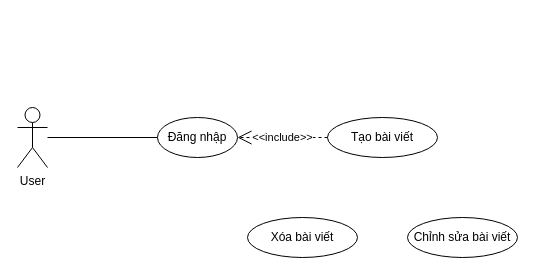
This is BlogProject/UseCaseBlog.drawio from TranThanhHoang123/Blog, a draw.io file, before an edit. Source tidied: cells renumbered, new cells numbered last; positions are measured from the earlier drawing's top-left corner, leaving out a move shared by most shapes. Both pictures are drawn from the tidied source at 100%, with x=0, y=0 at pixel (17, 107).
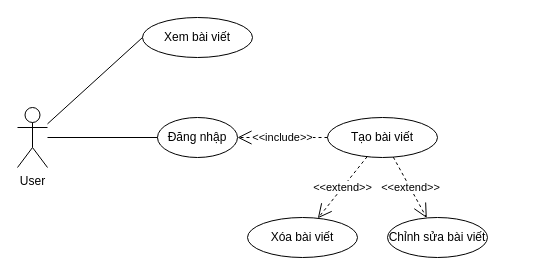
Above is the later version.

What changed in the source:
```diff
@@
 <mxGraphModel>
   <root>
     <mxCell id="0" />
     <mxCell id="1" parent="0" />
     <mxCell id="2" value="User" style="shape=umlActor;verticalLabelPosition=bottom;verticalAlign=top;html=1;outlineConnect=0;" parent="1" vertex="1">
       <mxGeometry width="30" height="60" as="geometry" />
     </mxCell>
     <mxCell id="3" value="Đăng nhập" style="ellipse;whiteSpace=wrap;html=1;" parent="1" vertex="1">
       <mxGeometry x="140" y="10" width="80" height="40" as="geometry" />
     </mxCell>
     <mxCell id="4" style="endArrow=none;html=1;rounded=0;entryX=0;entryY=0.5;entryDx=0;entryDy=0;" parent="1" edge="1" source="2" target="3">
       <mxGeometry relative="1" as="geometry" />
     </mxCell>
     <mxCell id="5" value="Tạo bài viết" style="ellipse;whiteSpace=wrap;html=1;" parent="1" vertex="1">
       <mxGeometry x="310" y="10" width="110" height="40" as="geometry" />
     </mxCell>
     <mxCell id="6" value="Xóa bài viết" style="ellipse;whiteSpace=wrap;html=1;" parent="1" vertex="1">
       <mxGeometry x="230" y="110" width="110" height="40" as="geometry" />
     </mxCell>
     <mxCell id="7" value="&amp;lt;&amp;lt;include&amp;gt;&amp;gt;" style="endArrow=open;endSize=12;dashed=1;html=1;rounded=0;strokeColor=default;align=center;verticalAlign=middle;fontFamily=Helvetica;fontSize=11;fontColor=default;labelBackgroundColor=default;edgeStyle=none;" parent="1" edge="1" source="5" target="3">
       <mxGeometry relative="1" as="geometry" />
     </mxCell>
     <mxCell id="8" value="Chỉnh sửa bài viết" style="ellipse;whiteSpace=wrap;html=1;" parent="1" vertex="1">
-      <mxGeometry x="390" y="110" width="110" height="40" as="geometry" />
+      <mxGeometry x="370" y="110" width="100" height="40" as="geometry" />
     </mxCell>
+    <mxCell id="9" value="&amp;lt;&amp;lt;extend&amp;gt;&amp;gt;" style="endArrow=open;endSize=12;dashed=1;html=1;rounded=0;strokeColor=default;align=center;verticalAlign=middle;fontFamily=Helvetica;fontSize=11;fontColor=default;labelBackgroundColor=default;edgeStyle=none;" parent="1" edge="1" source="5" target="6">
+      <mxGeometry relative="1" as="geometry" />
+    </mxCell>
+    <mxCell id="10" value="&amp;lt;&amp;lt;extend&amp;gt;&amp;gt;" style="endArrow=open;endSize=12;dashed=1;html=1;rounded=0;strokeColor=default;align=center;verticalAlign=middle;fontFamily=Helvetica;fontSize=11;fontColor=default;labelBackgroundColor=default;edgeStyle=none;" parent="1" edge="1" source="5" target="8">
+      <mxGeometry relative="1" as="geometry" />
+    </mxCell>
+    <mxCell id="11" value="Xem bài viết" style="ellipse;whiteSpace=wrap;html=1;" parent="1" vertex="1">
+      <mxGeometry x="125" y="-90" width="110" height="40" as="geometry" />
+    </mxCell>
+    <mxCell id="12" style="endArrow=none;html=1;rounded=0;entryX=0;entryY=0.5;entryDx=0;entryDy=0;" parent="1" edge="1" source="2" target="11">
+      <mxGeometry relative="1" as="geometry" />
+    </mxCell>
   </root>
 </mxGraphModel>
```
